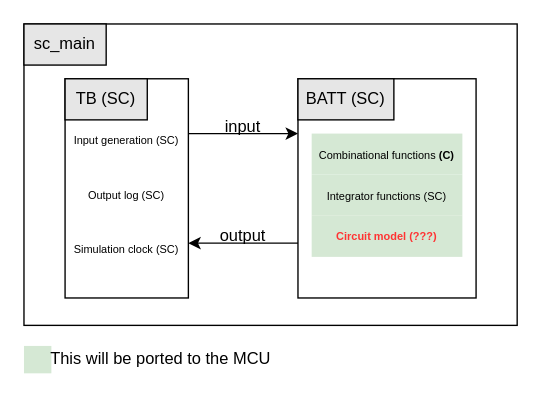
Earlier version of the draw.io diagram Docs/block_diagrams/systemc_diagram.drawio (FabioQzz/EMIOT_project). Source tidied: cells renumbered, new cells numbered last; positions are measured from the earlier drawing's top-left corner, leaving out a move shared by most shapes. Both pictures are drawn from the tidied source at 137%, with x=0, y=0 at pixel (23, 23).
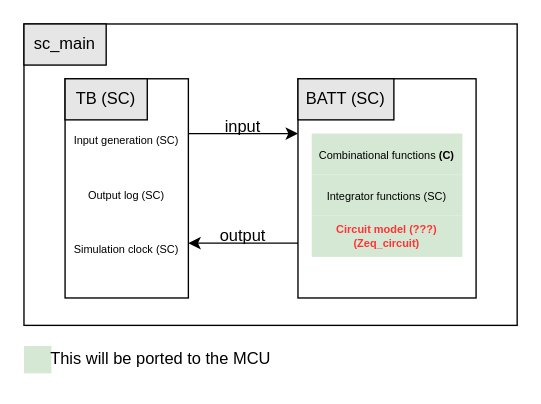
Above is the later version.

Commit message (it also covers changes not shown here):
Update systemc diagram

Change to the diagram source:
```diff
@@
 <mxGraphModel>
   <root>
     <mxCell id="0" />
     <mxCell id="1" parent="0" />
     <mxCell id="2" style="whiteSpace=wrap;html=1;" parent="1" vertex="1">
       <mxGeometry width="360" height="220" as="geometry" />
     </mxCell>
     <mxCell id="3" style="whiteSpace=wrap;html=1;" parent="1" vertex="1">
       <mxGeometry x="30" y="40" width="90" height="160" as="geometry" />
     </mxCell>
     <mxCell id="4" value="TB (SC)" style="text;html=1;strokeColor=default;fillColor=#E6E6E6;align=center;verticalAlign=middle;whiteSpace=wrap;rounded=0;" parent="1" vertex="1">
       <mxGeometry x="30" y="40" width="60" height="30" as="geometry" />
     </mxCell>
     <mxCell id="5" style="whiteSpace=wrap;html=1;" parent="1" vertex="1">
       <mxGeometry x="200" y="40" width="130" height="160" as="geometry" />
     </mxCell>
     <mxCell id="6" value="BATT (SC)" style="text;html=1;strokeColor=default;fillColor=#E6E6E6;align=center;verticalAlign=middle;whiteSpace=wrap;rounded=0;" parent="1" vertex="1">
       <mxGeometry x="200" y="40" width="70" height="30" as="geometry" />
     </mxCell>
     <mxCell id="7" style="endArrow=classic;html=1;rounded=0;exitX=1;exitY=0.25;exitDx=0;exitDy=0;entryX=0;entryY=0.25;entryDx=0;entryDy=0;" parent="1" edge="1" source="3" target="5">
       <mxGeometry relative="1" as="geometry" />
     </mxCell>
     <mxCell id="8" style="endArrow=classic;html=1;rounded=0;entryX=1;entryY=0.75;entryDx=0;entryDy=0;exitX=0;exitY=0.75;exitDx=0;exitDy=0;" parent="1" edge="1" source="5" target="3">
       <mxGeometry relative="1" as="geometry" />
     </mxCell>
     <mxCell id="9" value="input" style="text;html=1;strokeColor=none;fillColor=none;align=center;verticalAlign=middle;whiteSpace=wrap;rounded=0;" parent="1" vertex="1">
       <mxGeometry x="130" y="60" width="60" height="30" as="geometry" />
     </mxCell>
     <mxCell id="10" value="output" style="text;html=1;strokeColor=none;fillColor=none;align=center;verticalAlign=middle;whiteSpace=wrap;rounded=0;" parent="1" vertex="1">
       <mxGeometry x="130" y="140" width="60" height="30" as="geometry" />
     </mxCell>
     <mxCell id="11" value="Input generation (SC)" style="text;html=1;strokeColor=none;fillColor=none;align=center;verticalAlign=middle;whiteSpace=wrap;rounded=0;fontSize=8;" parent="1" vertex="1">
       <mxGeometry x="35" y="70" width="80" height="30" as="geometry" />
     </mxCell>
     <mxCell id="12" value="Output log (SC)" style="text;html=1;strokeColor=none;fillColor=none;align=center;verticalAlign=middle;whiteSpace=wrap;rounded=0;fontSize=8;" parent="1" vertex="1">
       <mxGeometry x="35" y="110" width="80" height="30" as="geometry" />
     </mxCell>
     <mxCell id="13" value="sc_main" style="text;html=1;strokeColor=default;fillColor=#E6E6E6;align=center;verticalAlign=middle;whiteSpace=wrap;rounded=0;" parent="1" vertex="1">
       <mxGeometry width="60" height="30" as="geometry" />
     </mxCell>
     <mxCell id="14" value="Simulation clock (SC)" style="text;html=1;strokeColor=none;fillColor=none;align=center;verticalAlign=middle;whiteSpace=wrap;rounded=0;fontSize=8;" parent="1" vertex="1">
       <mxGeometry x="35" y="150" width="80" height="30" as="geometry" />
     </mxCell>
     <mxCell id="15" value="&lt;font style=&quot;font-size: 8px;&quot;&gt;Combinational functions &lt;b&gt;(C)&lt;/b&gt;&lt;/font&gt;" style="text;html=1;strokeColor=none;fillColor=#d5e8d4;align=center;verticalAlign=middle;whiteSpace=wrap;rounded=0;" parent="1" vertex="1">
       <mxGeometry x="210" y="80" width="110" height="30" as="geometry" />
     </mxCell>
     <mxCell id="16" value="&lt;font style=&quot;font-size: 8px;&quot;&gt;Integrator functions (SC)&lt;/font&gt;" style="text;html=1;strokeColor=none;fillColor=#d5e8d4;align=center;verticalAlign=middle;whiteSpace=wrap;rounded=0;" parent="1" vertex="1">
       <mxGeometry x="210" y="110" width="110" height="30" as="geometry" />
     </mxCell>
-    <mxCell id="17" value="&lt;font style=&quot;font-size: 8px;&quot;&gt;Circuit model (???)&lt;/font&gt;" style="text;html=1;strokeColor=none;fillColor=#d5e8d4;align=center;verticalAlign=middle;whiteSpace=wrap;rounded=0;fontStyle=1;fontSize=8;fontColor=#FF3333;" parent="1" vertex="1">
+    <mxCell id="17" value="&lt;font style=&quot;font-size: 8px;&quot;&gt;Circuit model (???)&lt;br&gt;(Zeq_circuit)&lt;br&gt;&lt;/font&gt;" style="text;html=1;strokeColor=none;fillColor=#d5e8d4;align=center;verticalAlign=middle;whiteSpace=wrap;rounded=0;fontStyle=1;fontSize=8;fontColor=#FF3333;" parent="1" vertex="1">
       <mxGeometry x="210" y="140" width="110" height="30" as="geometry" />
     </mxCell>
     <mxCell id="18" style="whiteSpace=wrap;html=1;fillColor=#d5e8d4;strokeColor=none;" parent="1" vertex="1">
       <mxGeometry y="235" width="20" height="20" as="geometry" />
     </mxCell>
     <mxCell id="19" value="This will be ported to the MCU" style="text;html=1;strokeColor=none;fillColor=none;align=center;verticalAlign=middle;whiteSpace=wrap;rounded=0;" parent="1" vertex="1">
       <mxGeometry x="10" y="230" width="180" height="30" as="geometry" />
     </mxCell>
   </root>
 </mxGraphModel>
```
